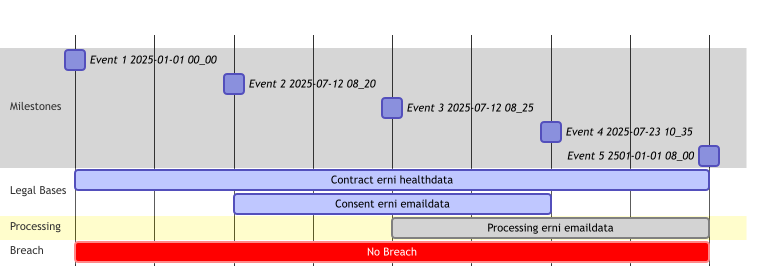
This is gdpr/report/MC_MissingConsent.png from Prof-it/formal-verification, a Mermaid export, as it was before one commit. Its source is kept beside it as gdpr/report/MC_MissingConsent.mmd. Source of this version:
```mermaid
gantt
    dateFormat  YYYY-MM-DD HH:mm
    axisFormat  %Y-%m-%d %H:%M

    section Milestones
    Event 1 2025-01-01 00_00 :milestone, id1, 2025-01-01 00:00, 0d
    Event 2 2025-07-12 08_20 :milestone, id2, 2025-01-02 00:00, 0d
    Event 3 2025-07-12 08_25 :milestone, id3, 2025-01-03 00:00, 0d
    Event 4 2025-07-23 10_35 :milestone, id4, 2025-01-04 00:00, 0d
    Event 5 2501-01-01 08_00 :milestone, id5, 2025-01-05 00:00, 0d

    section Legal Bases
    Contract erni healthdata :active, id6, 2025-01-01 00:00, 2025-01-05 00:00
    Consent erni emaildata :active, id7, 2025-01-02 00:00, 2025-01-04 00:00

    section Processing
    Processing erni emaildata :done, id8, 2025-01-03 00:00, 2025-01-05 00:00

    section Breach
    No Breach :crit, id9, 2025-01-01 00:00, 2025-01-05 00:00
```
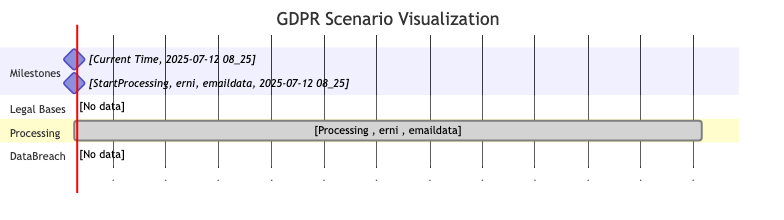
After the change.

The edit, as a diff of the source:
```diff
@@ -1,20 +1,17 @@
 gantt
     dateFormat  YYYY-MM-DD HH:mm
-    axisFormat  %Y-%m-%d %H:%M
+axisFormat .
+    title GDPR Scenario Visualization
 
     section Milestones
-    Event 1 2025-01-01 00_00 :milestone, id1, 2025-01-01 00:00, 0d
-    Event 2 2025-07-12 08_20 :milestone, id2, 2025-01-02 00:00, 0d
-    Event 3 2025-07-12 08_25 :milestone, id3, 2025-01-03 00:00, 0d
-    Event 4 2025-07-23 10_35 :milestone, id4, 2025-01-04 00:00, 0d
-    Event 5 2501-01-01 08_00 :milestone, id5, 2025-01-05 00:00, 0d
+        [Current Time, 2025-07-12 08_25] :milestone, ct, 2025-07-12 08:25, 0d
+    [StartProcessing, erni, emaildata, 2025-07-12 08_25] :milestone, ms1, 2025-07-12 08:25, 0d
 
     section Legal Bases
-    Contract erni healthdata :active, id6, 2025-01-01 00:00, 2025-01-05 00:00
-    Consent erni emaildata :active, id7, 2025-01-02 00:00, 2025-01-04 00:00
+    [No data] :active, nd1, 2025-07-12 08:25, 2025-07-12 08:25
 
     section Processing
-    Processing erni emaildata :done, id8, 2025-01-03 00:00, 2025-01-05 00:00
+    [Processing , erni , emaildata] :done, p1, 2025-07-12 08:25, 2263-04-08 04:12
 
-    section Breach
-    No Breach :crit, id9, 2025-01-01 00:00, 2025-01-05 00:00
+    section DataBreach
+    [No data] :crit, nd2, 2025-07-12 08:25, 2025-07-12 08:25
```
